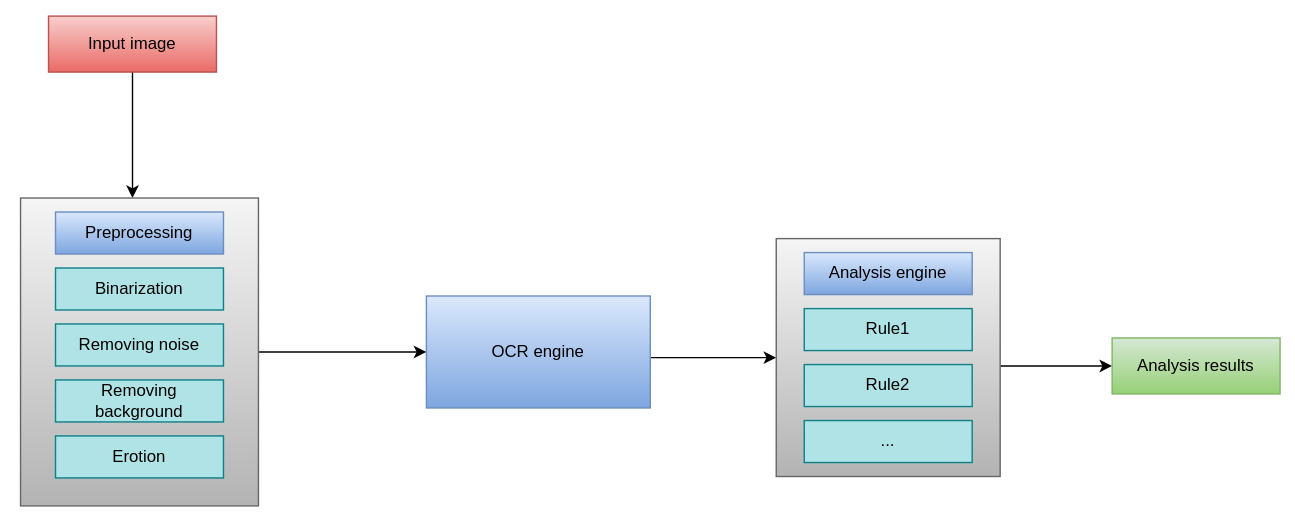
mohammad2928/pathological-images-analysis keeps this draw.io diagram as docs/images/pathalogical-image-analysis.svg. Above is the earlier version. Source tidied: cells renumbered, new cells last; positions are measured from the earlier drawing's top-left corner, leaving out a move shared by most shapes.
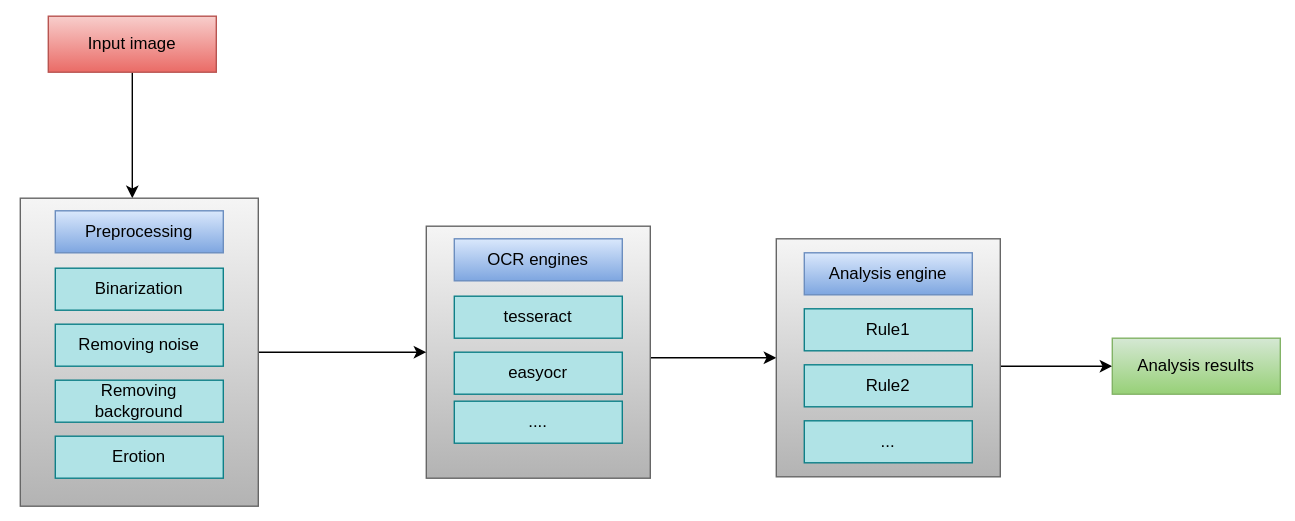
After the commit.

Diff of the diagram source:
```diff
@@ -10,8 +10,8 @@
         </Array>
       </mxGeometry>
     </mxCell>
-    <mxCell id="3" value="OCR engine" style="rounded=0;whiteSpace=wrap;html=1;gradientColor=#7ea6e0;fillColor=#dae8fc;strokeColor=#6c8ebf;" parent="1" vertex="1">
-      <mxGeometry x="304" y="211" width="160" height="80" as="geometry" />
+    <mxCell id="3" style="rounded=0;whiteSpace=wrap;html=1;gradientColor=#b3b3b3;fillColor=#f5f5f5;strokeColor=#666666;" parent="1" vertex="1">
+      <mxGeometry x="304" y="161" width="160" height="180" as="geometry" />
     </mxCell>
     <mxCell id="4" style="edgeStyle=orthogonalEdgeStyle;rounded=0;jettySize=auto;html=1;" parent="1" edge="1" source="5">
       <mxGeometry relative="1" as="geometry">
@@ -31,7 +31,7 @@
       <mxGeometry x="39" y="191" width="120" height="30" as="geometry" />
     </mxCell>
     <mxCell id="9" value="Preprocessing" style="rounded=0;whiteSpace=wrap;html=1;gradientColor=#7ea6e0;fillColor=#dae8fc;strokeColor=#6c8ebf;" parent="1" vertex="1">
-      <mxGeometry x="39" y="151" width="120" height="30" as="geometry" />
+      <mxGeometry x="39" y="150" width="120" height="30" as="geometry" />
     </mxCell>
     <mxCell id="10" value="Removing noise" style="rounded=0;whiteSpace=wrap;html=1;fillColor=#b0e3e6;strokeColor=#0e8088;" parent="1" vertex="1">
       <mxGeometry x="39" y="231" width="120" height="30" as="geometry" />
@@ -77,5 +77,17 @@
     <mxCell id="22" style="rounded=0;whiteSpace=wrap;html=1;fillColor=none;strokeColor=none;" parent="1" vertex="1">
       <mxGeometry x="111" width="120" height="10" as="geometry" />
     </mxCell>
+    <mxCell id="23" value="OCR engines" style="rounded=0;whiteSpace=wrap;html=1;gradientColor=#7ea6e0;fillColor=#dae8fc;strokeColor=#6c8ebf;" parent="1" vertex="1">
+      <mxGeometry x="324" y="170" width="120" height="30" as="geometry" />
+    </mxCell>
+    <mxCell id="24" value="tesseract" style="rounded=0;whiteSpace=wrap;html=1;fillColor=#b0e3e6;strokeColor=#0e8088;" parent="1" vertex="1">
+      <mxGeometry x="324" y="211" width="120" height="30" as="geometry" />
+    </mxCell>
+    <mxCell id="25" value="easyocr" style="rounded=0;whiteSpace=wrap;html=1;fillColor=#b0e3e6;strokeColor=#0e8088;" parent="1" vertex="1">
+      <mxGeometry x="324" y="251" width="120" height="30" as="geometry" />
+    </mxCell>
+    <mxCell id="26" value="...." style="rounded=0;whiteSpace=wrap;html=1;fillColor=#b0e3e6;strokeColor=#0e8088;" parent="1" vertex="1">
+      <mxGeometry x="324" y="286" width="120" height="30" as="geometry" />
+    </mxCell>
   </root>
 </mxGraphModel>
```
